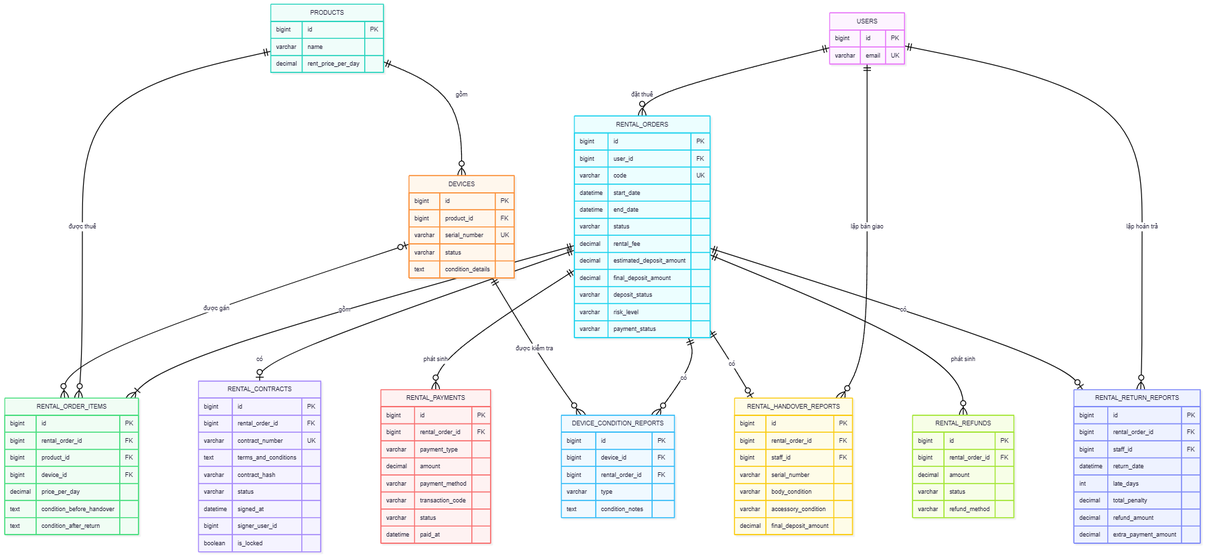
The Mermaid diagram docs/diagrams/image/rental_system.png in ZzZueszZ/digital-rental, before a commit. Its source is kept beside it as docs/diagrams/mermaid/rental_system.mmd. Source of this version:
```mermaid
erDiagram
    USERS {
        bigint id PK
        varchar email UK
    }

    PRODUCTS {
        bigint id PK
        varchar name
        decimal rent_price_per_day
    }

    DEVICES {
        bigint id PK
        bigint product_id FK
        varchar serial_number UK
        varchar status
        text condition_details
    }

    RENTAL_ORDERS {
        bigint id PK
        bigint user_id FK
        varchar code UK
        datetime start_date
        datetime end_date
        varchar status
        decimal rental_fee
        decimal estimated_deposit_amount
        decimal final_deposit_amount
        varchar deposit_status
        varchar risk_level
        varchar payment_status
    }

    RENTAL_ORDER_ITEMS {
        bigint id PK
        bigint rental_order_id FK
        bigint product_id FK
        bigint device_id FK
        decimal price_per_day
        text condition_before_handover
        text condition_after_return
    }

    RENTAL_CONTRACTS {
        bigint id PK
        bigint rental_order_id FK
        varchar contract_number UK
        text terms_and_conditions
        varchar contract_hash
        varchar status
        datetime signed_at
        bigint signer_user_id
        boolean is_locked
    }

    RENTAL_PAYMENTS {
        bigint id PK
        bigint rental_order_id FK
        varchar payment_type
        decimal amount
        varchar payment_method
        varchar transaction_code
        varchar status
        datetime paid_at
    }

    RENTAL_HANDOVER_REPORTS {
        bigint id PK
        bigint rental_order_id FK
        bigint staff_id FK
        varchar serial_number
        varchar body_condition
        varchar accessory_condition
        decimal final_deposit_amount
    }

    RENTAL_RETURN_REPORTS {
        bigint id PK
        bigint rental_order_id FK
        bigint staff_id FK
        datetime return_date
        int late_days
        decimal total_penalty
        decimal refund_amount
        decimal extra_payment_amount
    }

    RENTAL_REFUNDS {
        bigint id PK
        bigint rental_order_id FK
        decimal amount
        varchar status
        varchar refund_method
    }

    DEVICE_CONDITION_REPORTS {
        bigint id PK
        bigint device_id FK
        bigint rental_order_id FK
        varchar type
        text condition_notes
    }

    USERS ||--o{ RENTAL_ORDERS : "đặt thuê"
    USERS ||--o{ RENTAL_HANDOVER_REPORTS : "lập bàn giao"
    USERS ||--o{ RENTAL_RETURN_REPORTS : "lập hoàn trả"

    PRODUCTS ||--o{ DEVICES : "gồm"
    RENTAL_ORDERS ||--|{ RENTAL_ORDER_ITEMS : "gồm"
    PRODUCTS ||--o{ RENTAL_ORDER_ITEMS : "được thuê"
    DEVICES o|--o{ RENTAL_ORDER_ITEMS : "được gán"

    RENTAL_ORDERS ||--o| RENTAL_CONTRACTS : "có"
    RENTAL_ORDERS ||--o{ RENTAL_PAYMENTS : "phát sinh"
    RENTAL_ORDERS ||--o| RENTAL_HANDOVER_REPORTS : "có"
    RENTAL_ORDERS ||--o| RENTAL_RETURN_REPORTS : "có"
    RENTAL_ORDERS ||--o{ RENTAL_REFUNDS : "phát sinh"
    RENTAL_ORDERS ||--o{ DEVICE_CONDITION_REPORTS : "có"
    DEVICES ||--o{ DEVICE_CONDITION_REPORTS : "được kiểm tra"
```
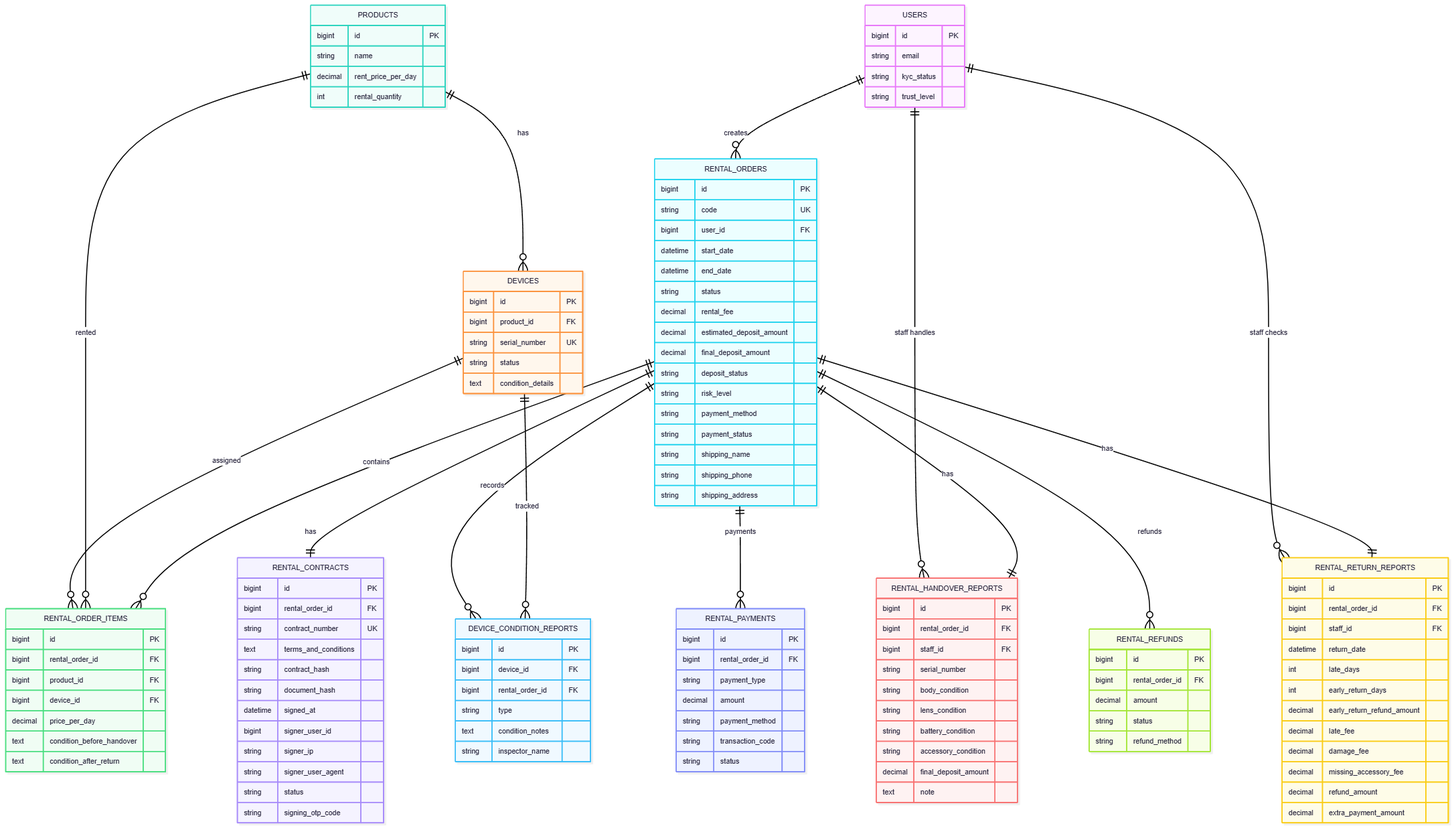
The same file after the commit.

What changed in the source:
```diff
@@ -1,36 +1,43 @@
 erDiagram
     USERS {
         bigint id PK
-        varchar email UK
+        string email
+        string kyc_status
+        string trust_level
     }
 
     PRODUCTS {
         bigint id PK
-        varchar name
+        string name
         decimal rent_price_per_day
+        int rental_quantity
     }
 
     DEVICES {
         bigint id PK
         bigint product_id FK
-        varchar serial_number UK
-        varchar status
+        string serial_number UK
+        string status
         text condition_details
     }
 
     RENTAL_ORDERS {
         bigint id PK
+        string code UK
         bigint user_id FK
-        varchar code UK
         datetime start_date
         datetime end_date
-        varchar status
+        string status
         decimal rental_fee
         decimal estimated_deposit_amount
         decimal final_deposit_amount
-        varchar deposit_status
-        varchar risk_level
-        varchar payment_status
+        string deposit_status
+        string risk_level
+        string payment_method
+        string payment_status
+        string shipping_name
+        string shipping_phone
+        string shipping_address
     }
 
     RENTAL_ORDER_ITEMS {
@@ -46,34 +53,29 @@
     RENTAL_CONTRACTS {
         bigint id PK
         bigint rental_order_id FK
-        varchar contract_number UK
+        string contract_number UK
         text terms_and_conditions
-        varchar contract_hash
-        varchar status
+        string contract_hash
+        string document_hash
         datetime signed_at
         bigint signer_user_id
-        boolean is_locked
-    }
-
-    RENTAL_PAYMENTS {
-        bigint id PK
-        bigint rental_order_id FK
-        varchar payment_type
-        decimal amount
-        varchar payment_method
-        varchar transaction_code
-        varchar status
-        datetime paid_at
+        string signer_ip
+        string signer_user_agent
+        string status
+        string signing_otp_code
     }
 
     RENTAL_HANDOVER_REPORTS {
         bigint id PK
         bigint rental_order_id FK
         bigint staff_id FK
-        varchar serial_number
-        varchar body_condition
-        varchar accessory_condition
+        string serial_number
+        string body_condition
+        string lens_condition
+        string battery_condition
+        string accessory_condition
         decimal final_deposit_amount
+        text note
     }
 
     RENTAL_RETURN_REPORTS {
@@ -82,40 +84,58 @@
         bigint staff_id FK
         datetime return_date
         int late_days
-        decimal total_penalty
+        int early_return_days
+        decimal early_return_refund_amount
+        decimal late_fee
+        decimal damage_fee
+        decimal missing_accessory_fee
         decimal refund_amount
         decimal extra_payment_amount
+    }
+
+    RENTAL_PAYMENTS {
+        bigint id PK
+        bigint rental_order_id FK
+        string payment_type
+        decimal amount
+        string payment_method
+        string transaction_code
+        string status
     }
 
     RENTAL_REFUNDS {
         bigint id PK
         bigint rental_order_id FK
         decimal amount
-        varchar status
-        varchar refund_method
+        string status
+        string refund_method
     }
 
     DEVICE_CONDITION_REPORTS {
         bigint id PK
         bigint device_id FK
         bigint rental_order_id FK
-        varchar type
+        string type
         text condition_notes
+        string inspector_name
     }
 
-    USERS ||--o{ RENTAL_ORDERS : "đặt thuê"
-    USERS ||--o{ RENTAL_HANDOVER_REPORTS : "lập bàn giao"
-    USERS ||--o{ RENTAL_RETURN_REPORTS : "lập hoàn trả"
+    PRODUCTS ||--o{ DEVICES : "has"
+    USERS ||--o{ RENTAL_ORDERS : "creates"
 
-    PRODUCTS ||--o{ DEVICES : "gồm"
-    RENTAL_ORDERS ||--|{ RENTAL_ORDER_ITEMS : "gồm"
-    PRODUCTS ||--o{ RENTAL_ORDER_ITEMS : "được thuê"
-    DEVICES o|--o{ RENTAL_ORDER_ITEMS : "được gán"
+    RENTAL_ORDERS ||--o{ RENTAL_ORDER_ITEMS : "contains"
+    PRODUCTS ||--o{ RENTAL_ORDER_ITEMS : "rented"
+    DEVICES ||--o{ RENTAL_ORDER_ITEMS : "assigned"
 
-    RENTAL_ORDERS ||--o| RENTAL_CONTRACTS : "có"
-    RENTAL_ORDERS ||--o{ RENTAL_PAYMENTS : "phát sinh"
-    RENTAL_ORDERS ||--o| RENTAL_HANDOVER_REPORTS : "có"
-    RENTAL_ORDERS ||--o| RENTAL_RETURN_REPORTS : "có"
-    RENTAL_ORDERS ||--o{ RENTAL_REFUNDS : "phát sinh"
-    RENTAL_ORDERS ||--o{ DEVICE_CONDITION_REPORTS : "có"
-    DEVICES ||--o{ DEVICE_CONDITION_REPORTS : "được kiểm tra"
+    RENTAL_ORDERS ||--|| RENTAL_CONTRACTS : "has"
+    RENTAL_ORDERS ||--|| RENTAL_HANDOVER_REPORTS : "has"
+    RENTAL_ORDERS ||--|| RENTAL_RETURN_REPORTS : "has"
+
+    USERS ||--o{ RENTAL_HANDOVER_REPORTS : "staff handles"
+    USERS ||--o{ RENTAL_RETURN_REPORTS : "staff checks"
+
+    RENTAL_ORDERS ||--o{ RENTAL_PAYMENTS : "payments"
+    RENTAL_ORDERS ||--o{ RENTAL_REFUNDS : "refunds"
+
+    DEVICES ||--o{ DEVICE_CONDITION_REPORTS : "tracked"
+    RENTAL_ORDERS ||--o{ DEVICE_CONDITION_REPORTS : "records"
```
